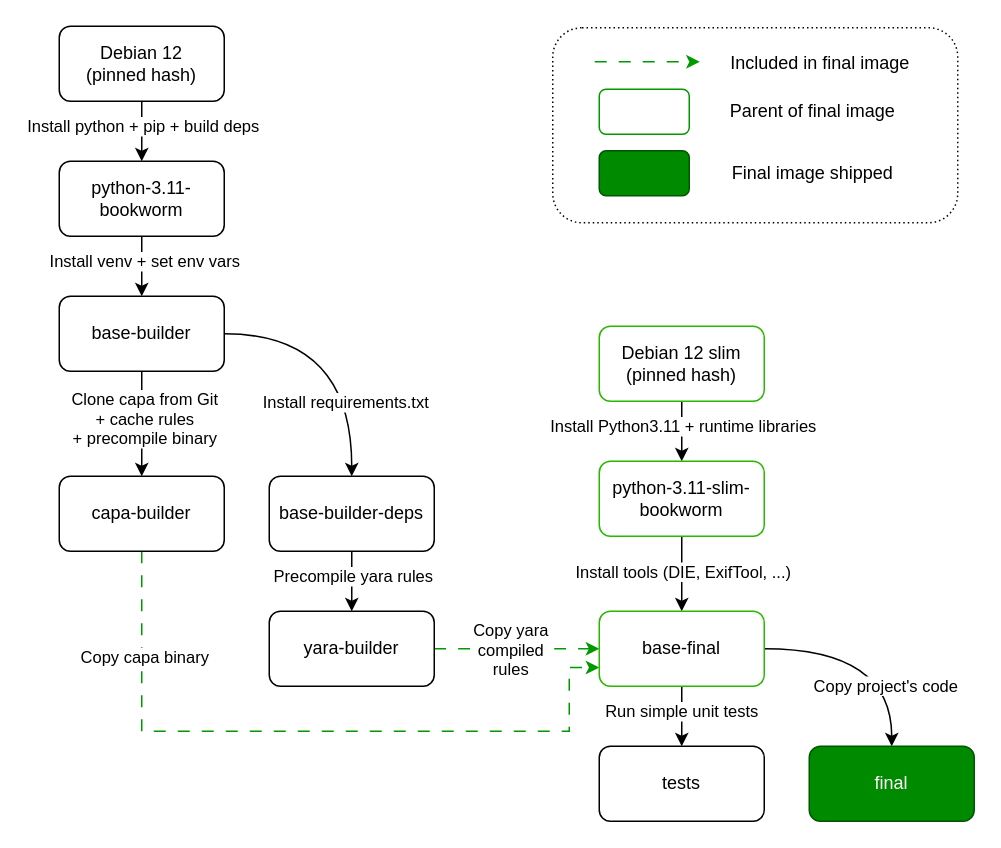
The draw.io diagram assets/dockerfile.drawio in simonesestito/bachelor-thesis, before the edit. Source tidied: cells renumbered, new cells numbered last; positions are measured from the earlier drawing's top-left corner, leaving out a move shared by most shapes. Both pictures are drawn from the tidied source at 150%, with x=0, y=0 at pixel (58, 26).
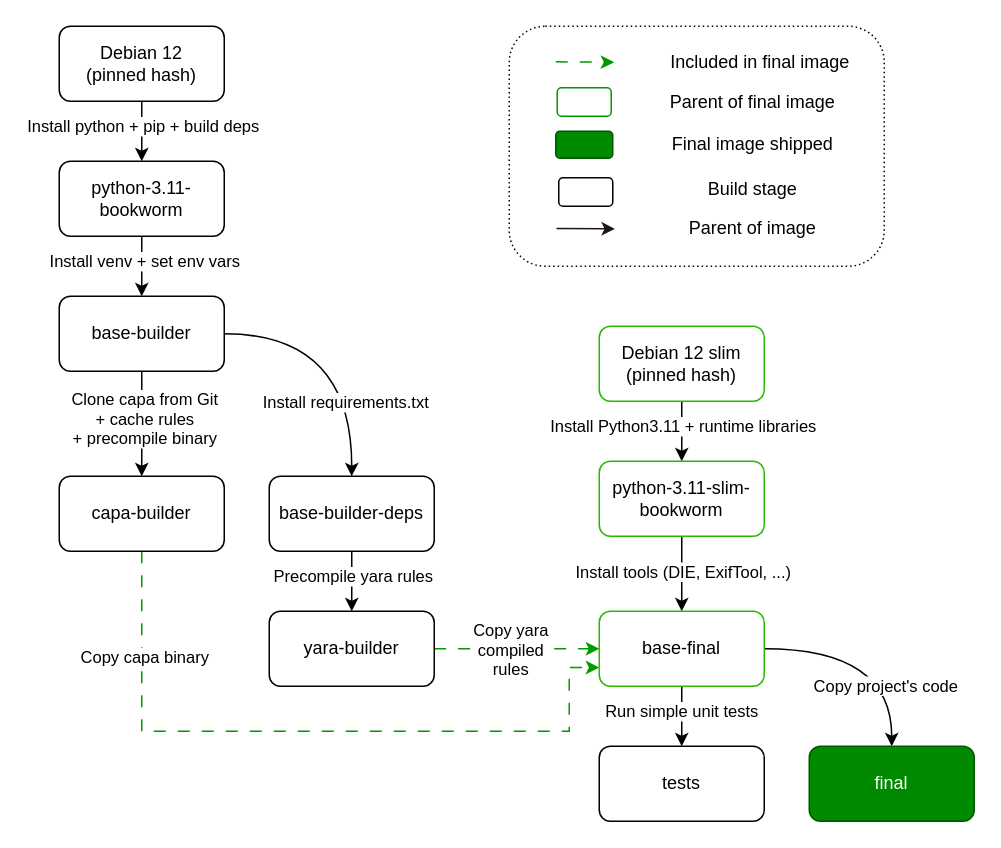
The same diagram, later.

Change to the diagram source:
```diff
@@
     <mxCell id="2" style="rounded=1;whiteSpace=wrap;html=1;fillColor=none;dashed=1;dashPattern=1 2;" parent="1" vertex="1">
-      <mxGeometry x="329" y="1" width="270" height="130" as="geometry" />
+      <mxGeometry x="300" width="250" height="160" as="geometry" />
     </mxCell>
@@
     <mxCell id="36" style="endArrow=classic;html=1;rounded=0;dashed=1;dashPattern=8 8;strokeColor=#009900;" parent="1" edge="1">
       <mxGeometry relative="1" as="geometry">
-        <mxPoint x="357" y="23.7" as="sourcePoint" />
-        <mxPoint x="427" y="23.7" as="targetPoint" />
+        <mxPoint x="331" y="23.7" as="sourcePoint" />
+        <mxPoint x="370" y="24" as="targetPoint" />
       </mxGeometry>
     </mxCell>
     <mxCell id="37" value="Included in final image" style="text;html=1;align=center;verticalAlign=middle;strokeColor=none;fillColor=none;" parent="1" vertex="1">
-      <mxGeometry x="437" y="10" width="140" height="30" as="geometry" />
+      <mxGeometry x="397" y="9" width="140" height="30" as="geometry" />
     </mxCell>
     <mxCell id="38" style="rounded=1;whiteSpace=wrap;html=1;strokeColor=#009900;" parent="1" vertex="1">
-      <mxGeometry x="360" y="42" width="60" height="30" as="geometry" />
+      <mxGeometry x="332" y="41" width="36" height="19" as="geometry" />
     </mxCell>
     <mxCell id="39" value="Parent of final image" style="text;html=1;align=center;verticalAlign=middle;strokeColor=none;fillColor=none;" parent="1" vertex="1">
-      <mxGeometry x="437" y="42" width="130" height="30" as="geometry" />
+      <mxGeometry x="397" y="35.5" width="130" height="30" as="geometry" />
     </mxCell>
     <mxCell id="40" style="rounded=1;whiteSpace=wrap;html=1;strokeColor=#005700;fillColor=#008a00;fontColor=#ffffff;" parent="1" vertex="1">
-      <mxGeometry x="360" y="83" width="60" height="30" as="geometry" />
+      <mxGeometry x="331" y="70" width="38" height="18" as="geometry" />
     </mxCell>
     <mxCell id="41" value="Final image shipped" style="text;html=1;align=center;verticalAlign=middle;strokeColor=none;fillColor=none;" parent="1" vertex="1">
-      <mxGeometry x="437" y="83" width="130" height="30" as="geometry" />
+      <mxGeometry x="397" y="64" width="130" height="30" as="geometry" />
     </mxCell>
+    <mxCell id="42" value="Build stage" style="text;html=1;align=center;verticalAlign=middle;strokeColor=none;fillColor=none;" parent="1" vertex="1">
+      <mxGeometry x="422" y="93.5" width="80" height="30" as="geometry" />
+    </mxCell>
+    <mxCell id="43" style="rounded=1;whiteSpace=wrap;html=1;" parent="1" vertex="1">
+      <mxGeometry x="333" y="101" width="36" height="19" as="geometry" />
+    </mxCell>
+    <mxCell id="44" style="endArrow=classic;html=1;rounded=0;strokeColor=#1D1615;" parent="1" edge="1">
+      <mxGeometry relative="1" as="geometry">
+        <mxPoint x="331.5" y="134.8" as="sourcePoint" />
+        <mxPoint x="370.5" y="135.1" as="targetPoint" />
+      </mxGeometry>
+    </mxCell>
+    <mxCell id="45" value="Parent of image" style="text;html=1;align=center;verticalAlign=middle;strokeColor=none;fillColor=none;" parent="1" vertex="1">
+      <mxGeometry x="407" y="120" width="110" height="30" as="geometry" />
+    </mxCell>
```
